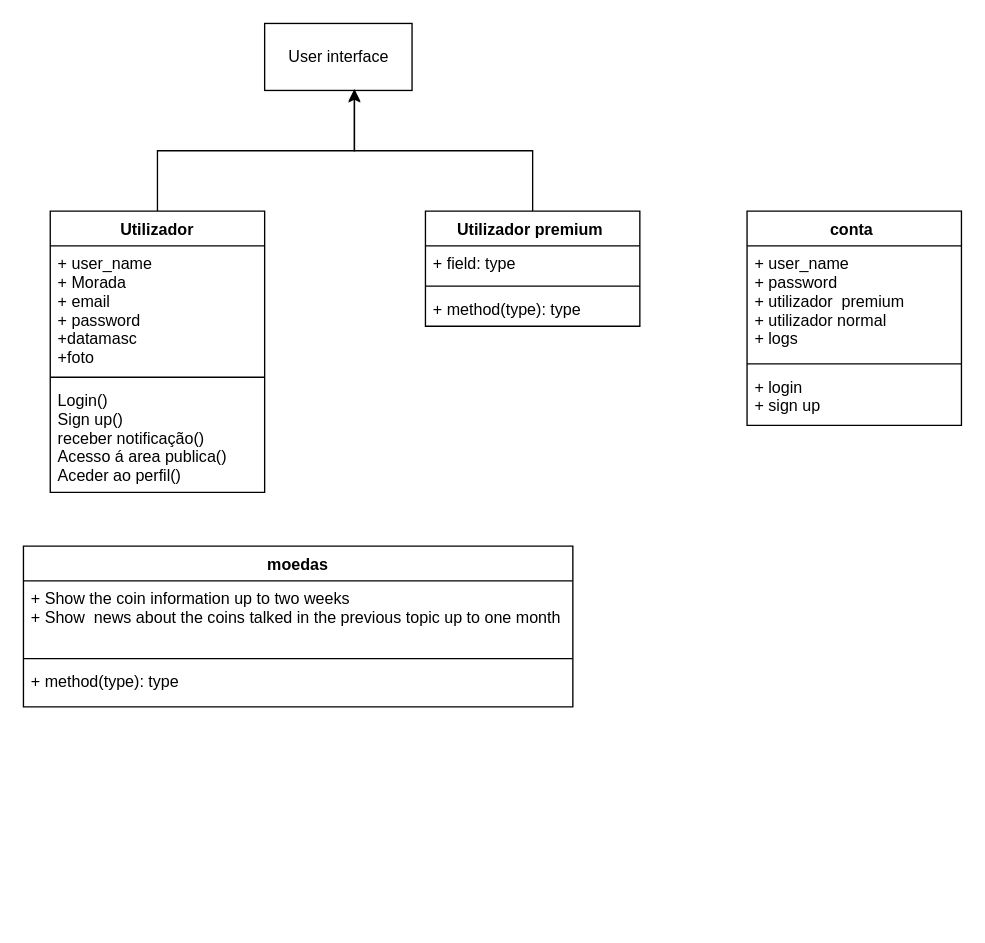
Above: Class_Diagram.drawio in bgabrielma/ES_Project (draw.io), before the change. Source tidied: cells renumbered, new cells numbered last; positions are measured from the earlier drawing's top-left corner, leaving out a move shared by most shapes. Both pictures are drawn from the tidied source at 134%, with x=0, y=0 at pixel (23, 23).
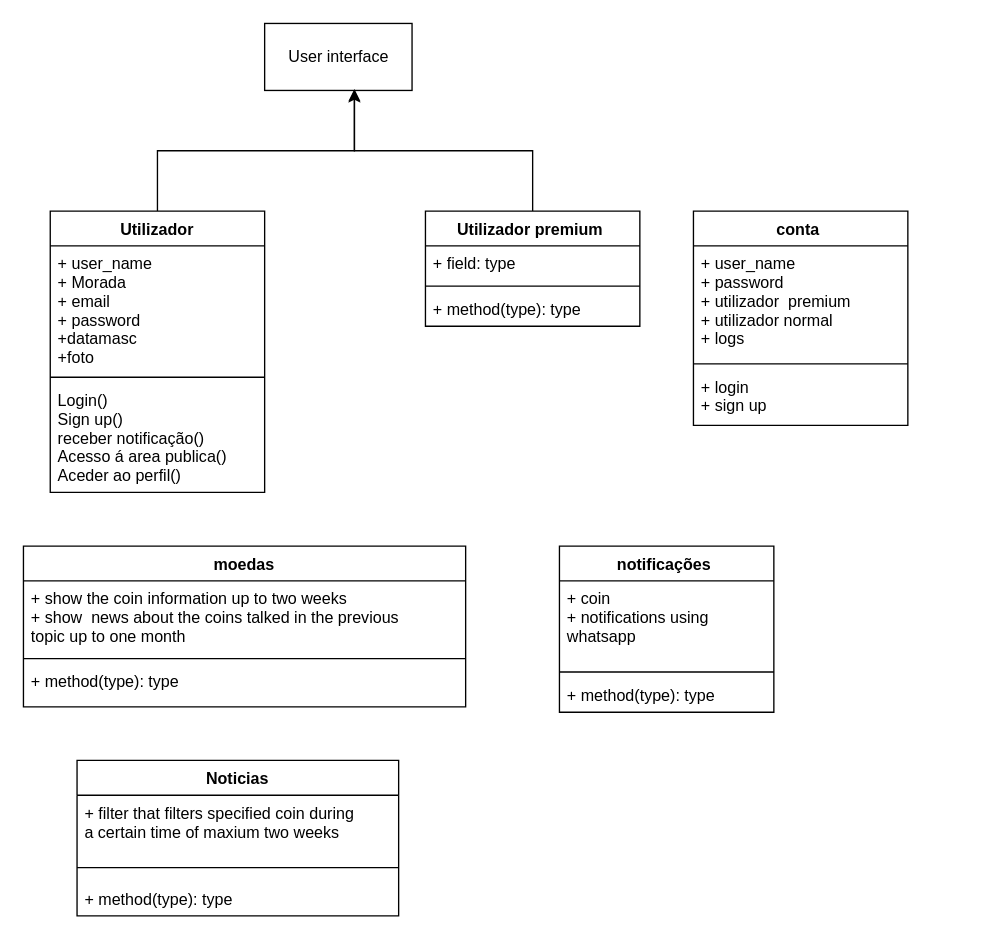
The same page after the edit.

What changed in the source:
```diff
@@
     <mxCell id="13" value="moedas" style="swimlane;fontStyle=1;align=center;verticalAlign=top;horizontal=1;startSize=26;" parent="1" vertex="1">
-      <mxGeometry y="390" width="410" height="120" as="geometry" />
+      <mxGeometry y="390" width="330" height="120" as="geometry" />
     </mxCell>
-    <mxCell id="14" value="+ Show the coin information up to two weeks &#10;+ Show  news about the coins talked in the previous topic up to one month" style="text;strokeColor=none;fillColor=none;align=left;verticalAlign=top;spacingLeft=4;spacingRight=4;overflow=hidden;" parent="13" vertex="1">
-      <mxGeometry y="26" width="410" height="54" as="geometry" />
+    <mxCell id="14" value="+ show the coin information up to two weeks &#10;+ show  news about the coins talked in the previous &#10;topic up to one month" style="text;strokeColor=none;fillColor=none;align=left;verticalAlign=top;spacingLeft=4;spacingRight=4;overflow=hidden;" parent="13" vertex="1">
+      <mxGeometry y="26" width="330" height="54" as="geometry" />
     </mxCell>
     <mxCell id="15" style="line;strokeWidth=1;fillColor=none;align=left;verticalAlign=middle;spacingTop=-1;spacingLeft=3;spacingRight=3;labelPosition=right;strokeColor=inherit;" parent="13" vertex="1">
-      <mxGeometry y="80" width="410" height="8" as="geometry" />
+      <mxGeometry y="80" width="330" height="8" as="geometry" />
     </mxCell>
     <mxCell id="16" value="+ method(type): type" style="text;strokeColor=none;fillColor=none;align=left;verticalAlign=top;spacingLeft=4;spacingRight=4;overflow=hidden;" parent="13" vertex="1">
-      <mxGeometry y="88" width="410" height="32" as="geometry" />
+      <mxGeometry y="88" width="330" height="32" as="geometry" />
     </mxCell>
     <mxCell id="17" value="conta " style="swimlane;fontStyle=1;align=center;verticalAlign=top;horizontal=1;startSize=26;" parent="1" vertex="1">
-      <mxGeometry x="540" y="140" width="160" height="160" as="geometry" />
+      <mxGeometry x="500" y="140" width="160" height="160" as="geometry" />
     </mxCell>
@@
+    <mxCell id="21" value="notificações " style="swimlane;fontStyle=1;align=center;verticalAlign=top;horizontal=1;startSize=26;" parent="1" vertex="1">
+      <mxGeometry x="400" y="390" width="160" height="124" as="geometry" />
+    </mxCell>
+    <mxCell id="22" value="+ coin &#10;+ notifications using &#10;whatsapp &#10;" style="text;strokeColor=none;fillColor=none;align=left;verticalAlign=top;spacingLeft=4;spacingRight=4;overflow=hidden;" parent="21" vertex="1">
+      <mxGeometry y="26" width="160" height="64" as="geometry" />
+    </mxCell>
+    <mxCell id="23" style="line;strokeWidth=1;fillColor=none;align=left;verticalAlign=middle;spacingTop=-1;spacingLeft=3;spacingRight=3;labelPosition=right;strokeColor=inherit;" parent="21" vertex="1">
+      <mxGeometry y="90" width="160" height="8" as="geometry" />
+    </mxCell>
+    <mxCell id="24" value="+ method(type): type" style="text;strokeColor=none;fillColor=none;align=left;verticalAlign=top;spacingLeft=4;spacingRight=4;overflow=hidden;" parent="21" vertex="1">
+      <mxGeometry y="98" width="160" height="26" as="geometry" />
+    </mxCell>
+    <mxCell id="25" value="Noticias" style="swimlane;fontStyle=1;align=center;verticalAlign=top;horizontal=1;startSize=26;" parent="1" vertex="1">
+      <mxGeometry x="40" y="550" width="240" height="116" as="geometry" />
+    </mxCell>
+    <mxCell id="26" value="+ filter that filters specified coin during&#10;a certain time of maxium two weeks" style="text;strokeColor=none;fillColor=none;align=left;verticalAlign=top;spacingLeft=4;spacingRight=4;overflow=hidden;" parent="25" vertex="1">
+      <mxGeometry y="26" width="240" height="44" as="geometry" />
+    </mxCell>
+    <mxCell id="27" style="line;strokeWidth=1;fillColor=none;align=left;verticalAlign=middle;spacingTop=-1;spacingLeft=3;spacingRight=3;labelPosition=right;strokeColor=inherit;" parent="25" vertex="1">
+      <mxGeometry y="70" width="240" height="20" as="geometry" />
+    </mxCell>
+    <mxCell id="28" value="+ method(type): type" style="text;strokeColor=none;fillColor=none;align=left;verticalAlign=top;spacingLeft=4;spacingRight=4;overflow=hidden;" parent="25" vertex="1">
+      <mxGeometry y="90" width="240" height="26" as="geometry" />
+    </mxCell>
```
